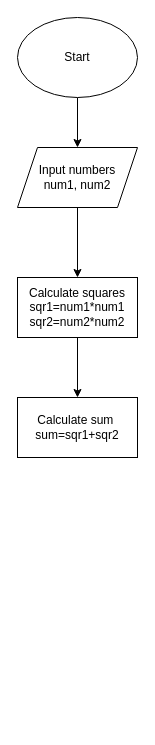
Earlier version of the draw.io diagram Untitled Diagram.drawio (LucasDeboch/Alx_SE_practice). Source tidied: cells renumbered, new cells numbered last; positions are measured from the earlier drawing's top-left corner, leaving out a move shared by most shapes. Both pictures are drawn from the tidied source at 100%, with x=0, y=0 at pixel (17, 17).
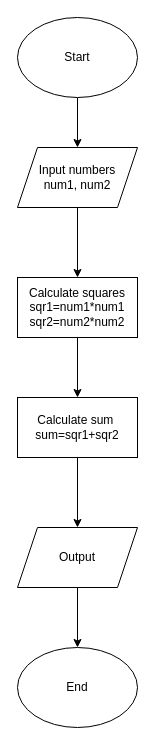
After the change.

Commit message (it also covers changes not shown here):
Update sum of square Diagram.drawio

What changed in the source:
```diff
@@
 <mxGraphModel>
   <root>
     <mxCell id="0" />
     <mxCell id="1" parent="0" />
     <mxCell id="2" style="edgeStyle=orthogonalEdgeStyle;rounded=0;jettySize=auto;html=1;entryX=0.5;entryY=0;entryDx=0;entryDy=0;" parent="1" edge="1" source="3" target="5">
       <mxGeometry relative="1" as="geometry" />
     </mxCell>
     <mxCell id="3" value="Start" style="ellipse;whiteSpace=wrap;html=1;" parent="1" vertex="1">
       <mxGeometry width="120" height="80" as="geometry" />
     </mxCell>
     <mxCell id="4" style="edgeStyle=orthogonalEdgeStyle;rounded=0;jettySize=auto;html=1;exitX=0.5;exitY=1;exitDx=0;exitDy=0;entryX=0.5;entryY=0;entryDx=0;entryDy=0;" parent="1" edge="1" source="5" target="7">
       <mxGeometry relative="1" as="geometry" />
     </mxCell>
     <mxCell id="5" value="Input numbers&lt;br&gt;num1, num2" style="shape=parallelogram;perimeter=parallelogramPerimeter;whiteSpace=wrap;html=1;fixedSize=1;" parent="1" vertex="1">
       <mxGeometry y="130" width="120" height="60" as="geometry" />
     </mxCell>
     <mxCell id="6" style="edgeStyle=orthogonalEdgeStyle;rounded=0;jettySize=auto;html=1;exitX=0.5;exitY=1;exitDx=0;exitDy=0;entryX=0.5;entryY=0;entryDx=0;entryDy=0;" parent="1" edge="1" source="7" target="8">
       <mxGeometry relative="1" as="geometry" />
     </mxCell>
     <mxCell id="7" value="Calculate squares&lt;br&gt;sqr1=num1*num1&lt;br&gt;sqr2=num2*num2" style="rounded=0;whiteSpace=wrap;html=1;" parent="1" vertex="1">
       <mxGeometry y="260" width="120" height="60" as="geometry" />
     </mxCell>
+    <mxCell id="9" style="edgeStyle=orthogonalEdgeStyle;rounded=0;jettySize=auto;html=1;exitX=0.5;exitY=1;exitDx=0;exitDy=0;entryX=0.5;entryY=0;entryDx=0;entryDy=0;" parent="1" edge="1" source="8" target="11">
+      <mxGeometry relative="1" as="geometry" />
+    </mxCell>
     <mxCell id="8" value="Calculate sum&amp;nbsp;&lt;br&gt;sum=sqr1+sqr2" style="rounded=0;whiteSpace=wrap;html=1;" parent="1" vertex="1">
       <mxGeometry y="380" width="120" height="60" as="geometry" />
     </mxCell>
+    <mxCell id="10" style="edgeStyle=orthogonalEdgeStyle;rounded=0;jettySize=auto;html=1;exitX=0.5;exitY=1;exitDx=0;exitDy=0;entryX=0.5;entryY=0;entryDx=0;entryDy=0;" parent="1" edge="1" source="11" target="12">
+      <mxGeometry relative="1" as="geometry" />
+    </mxCell>
+    <mxCell id="11" value="Output" style="shape=parallelogram;perimeter=parallelogramPerimeter;whiteSpace=wrap;html=1;fixedSize=1;" parent="1" vertex="1">
+      <mxGeometry y="510" width="120" height="60" as="geometry" />
+    </mxCell>
+    <mxCell id="12" value="End" style="ellipse;whiteSpace=wrap;html=1;" parent="1" vertex="1">
+      <mxGeometry y="630" width="120" height="80" as="geometry" />
+    </mxCell>
   </root>
 </mxGraphModel>
```
